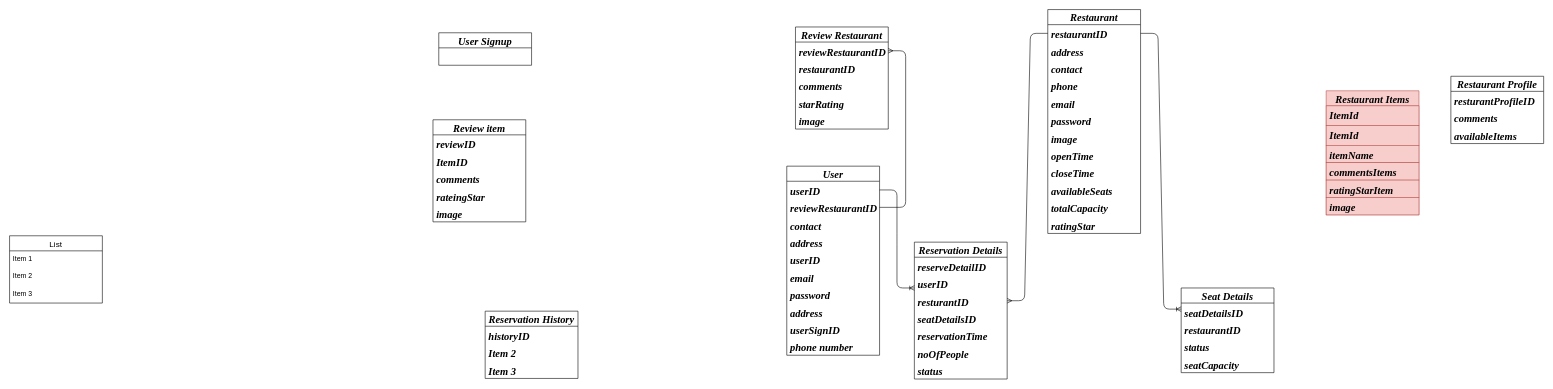
Above: ER_Reserve.drawio in dngwoo/reservation (draw.io), before the change. Source tidied: cells renumbered, new cells numbered last; positions are measured from the earlier drawing's top-left corner, leaving out a move shared by most shapes. Both pictures are drawn from the tidied source at 58%, with x=0, y=0 at pixel (9, 9).
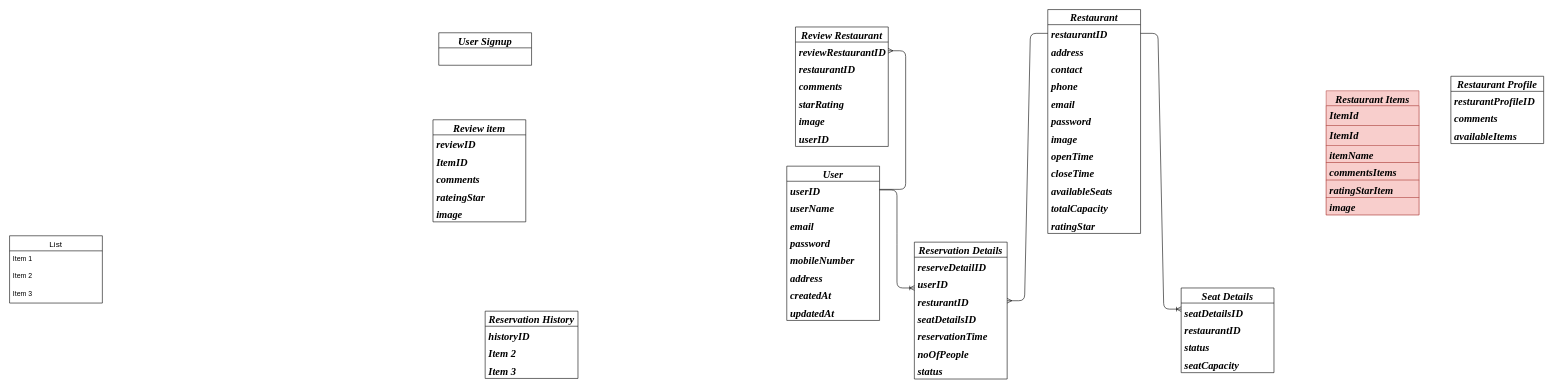
The same page after the edit.

Commit message:
updated user Er diagram

Unchanged cells that the change refers to:
```xml
<mxCell id="32" value="reviewRestaurantID" style="text;strokeColor=none;fillColor=none;spacingLeft=4;spacingRight=4;overflow=hidden;points=[[0,0.5],[1,0.5]];portConstraint=eastwest;fontSize=18;fontFamily=Times New Roman;fontStyle=3;" parent="31" vertex="1">
  <mxGeometry y="26" width="160" height="30" as="geometry" />
</mxCell>
```

Change to the diagram source:
```diff
@@
     <mxCell id="2" value="User" style="swimlane;fontStyle=3;horizontal=1;startSize=26;align=center;fontSize=18;fontFamily=Times New Roman;" parent="1" vertex="1">
-      <mxGeometry x="1340" y="270" width="160" height="326" as="geometry" />
+      <mxGeometry x="1340" y="270" width="160" height="266" as="geometry" />
     </mxCell>
@@
-    <mxCell id="4" value="reviewRestaurantID" style="text;strokeColor=none;fillColor=none;spacingLeft=4;spacingRight=4;overflow=hidden;points=[[0,0.5],[1,0.5]];portConstraint=eastwest;fontSize=18;fontFamily=Times New Roman;fontStyle=3;" parent="2" vertex="1">
-      <mxGeometry y="56" width="160" height="30" as="geometry" />
-    </mxCell>
+    <mxCell id="10" value="userName" style="text;strokeColor=none;fillColor=none;spacingLeft=4;spacingRight=4;overflow=hidden;fontSize=18;fontFamily=Times New Roman;fontStyle=3;" parent="2" vertex="1">
+      <mxGeometry y="56" width="160" height="30" as="geometry" />
+    </mxCell>
+    <mxCell id="8" value="email" style="text;strokeColor=none;fillColor=none;spacingLeft=4;spacingRight=4;overflow=hidden;fontSize=18;fontFamily=Times New Roman;fontStyle=3;" parent="2" vertex="1">
+      <mxGeometry y="86" width="160" height="30" as="geometry" />
+    </mxCell>
+    <mxCell id="9" value="password" style="text;strokeColor=none;fillColor=none;spacingLeft=4;spacingRight=4;overflow=hidden;fontSize=18;fontFamily=Times New Roman;fontStyle=3;" parent="2" vertex="1">
+      <mxGeometry y="116" width="160" height="30" as="geometry" />
+    </mxCell>
-    <mxCell id="5" value="contact" style="text;strokeColor=none;fillColor=none;spacingLeft=4;spacingRight=4;overflow=hidden;fontSize=18;fontFamily=Times New Roman;fontStyle=3;" parent="2" vertex="1">
-      <mxGeometry y="86" width="160" height="30" as="geometry" />
+    <mxCell id="5" value="mobileNumber" style="text;strokeColor=none;fillColor=none;spacingLeft=4;spacingRight=4;overflow=hidden;fontSize=18;fontFamily=Times New Roman;fontStyle=3;" parent="2" vertex="1">
+      <mxGeometry y="146" width="160" height="30" as="geometry" />
     </mxCell>
     <mxCell id="6" value="address" style="text;strokeColor=none;fillColor=none;spacingLeft=4;spacingRight=4;overflow=hidden;fontSize=18;fontFamily=Times New Roman;fontStyle=3;" parent="2" vertex="1">
-      <mxGeometry y="116" width="160" height="30" as="geometry" />
+      <mxGeometry y="176" width="160" height="30" as="geometry" />
     </mxCell>
-    <mxCell id="7" value="userID" style="text;strokeColor=none;fillColor=none;spacingLeft=4;spacingRight=4;overflow=hidden;fontSize=18;fontFamily=Times New Roman;fontStyle=3;" parent="2" vertex="1">
-      <mxGeometry y="146" width="160" height="30" as="geometry" />
-    </mxCell>
-    <mxCell id="8" value="email" style="text;strokeColor=none;fillColor=none;spacingLeft=4;spacingRight=4;overflow=hidden;fontSize=18;fontFamily=Times New Roman;fontStyle=3;" parent="2" vertex="1">
-      <mxGeometry y="176" width="160" height="30" as="geometry" />
-    </mxCell>
-    <mxCell id="9" value="password" style="text;strokeColor=none;fillColor=none;spacingLeft=4;spacingRight=4;overflow=hidden;fontSize=18;fontFamily=Times New Roman;fontStyle=3;" parent="2" vertex="1">
-      <mxGeometry y="206" width="160" height="30" as="geometry" />
-    </mxCell>
-    <mxCell id="10" value="address" style="text;strokeColor=none;fillColor=none;spacingLeft=4;spacingRight=4;overflow=hidden;fontSize=18;fontFamily=Times New Roman;fontStyle=3;" parent="2" vertex="1">
-      <mxGeometry y="236" width="160" height="30" as="geometry" />
-    </mxCell>
-    <mxCell id="11" value="userSignID" style="text;strokeColor=none;fillColor=none;spacingLeft=4;spacingRight=4;overflow=hidden;fontSize=18;fontFamily=Times New Roman;fontStyle=3;" parent="2" vertex="1">
-      <mxGeometry y="266" width="160" height="30" as="geometry" />
-    </mxCell>
-    <mxCell id="12" value="phone number" style="text;strokeColor=none;fillColor=none;spacingLeft=4;spacingRight=4;overflow=hidden;fontSize=18;fontFamily=Times New Roman;fontStyle=3;" parent="2" vertex="1">
-      <mxGeometry y="296" width="160" height="30" as="geometry" />
-    </mxCell>
+    <mxCell id="75" value="createdAt" style="text;strokeColor=none;fillColor=none;spacingLeft=4;spacingRight=4;overflow=hidden;fontSize=18;fontFamily=Times New Roman;fontStyle=3;" parent="2" vertex="1">
+      <mxGeometry y="206" width="160" height="30" as="geometry" />
+    </mxCell>
+    <mxCell id="76" value="updatedAt" style="text;strokeColor=none;fillColor=none;spacingLeft=4;spacingRight=4;overflow=hidden;fontSize=18;fontFamily=Times New Roman;fontStyle=3;" parent="2" vertex="1">
+      <mxGeometry y="236" width="160" height="30" as="geometry" />
+    </mxCell>
@@
     <mxCell id="31" value="Review Restaurant" style="swimlane;fontStyle=3;horizontal=1;startSize=26;align=center;fontSize=18;fontFamily=Times New Roman;" parent="1" vertex="1">
-      <mxGeometry x="1355" y="30" width="160" height="176" as="geometry" />
+      <mxGeometry x="1355" y="30" width="160" height="206" as="geometry" />
     </mxCell>
@@
+    <mxCell id="7" value="userID" style="text;strokeColor=none;fillColor=none;spacingLeft=4;spacingRight=4;overflow=hidden;fontSize=18;fontFamily=Times New Roman;fontStyle=3;" parent="31" vertex="1">
+      <mxGeometry y="176" width="160" height="30" as="geometry" />
+    </mxCell>
@@
-    <mxCell id="43" style="edgeStyle=entityRelationEdgeStyle;fontSize=18;html=1;endArrow=ERmany;exitX=1;exitY=0.5;exitDx=0;exitDy=0;fontFamily=Times New Roman;fontStyle=3;" parent="1" edge="1" source="4" target="32">
-      <mxGeometry relative="1" as="geometry" />
+    <mxCell id="43" style="edgeStyle=entityRelationEdgeStyle;fontSize=18;html=1;endArrow=ERmany;fontFamily=Times New Roman;fontStyle=3;" parent="1" edge="1" target="32">
+      <mxGeometry relative="1" as="geometry">
+        <mxPoint x="1500" y="310" as="sourcePoint" />
+      </mxGeometry>
     </mxCell>
```
